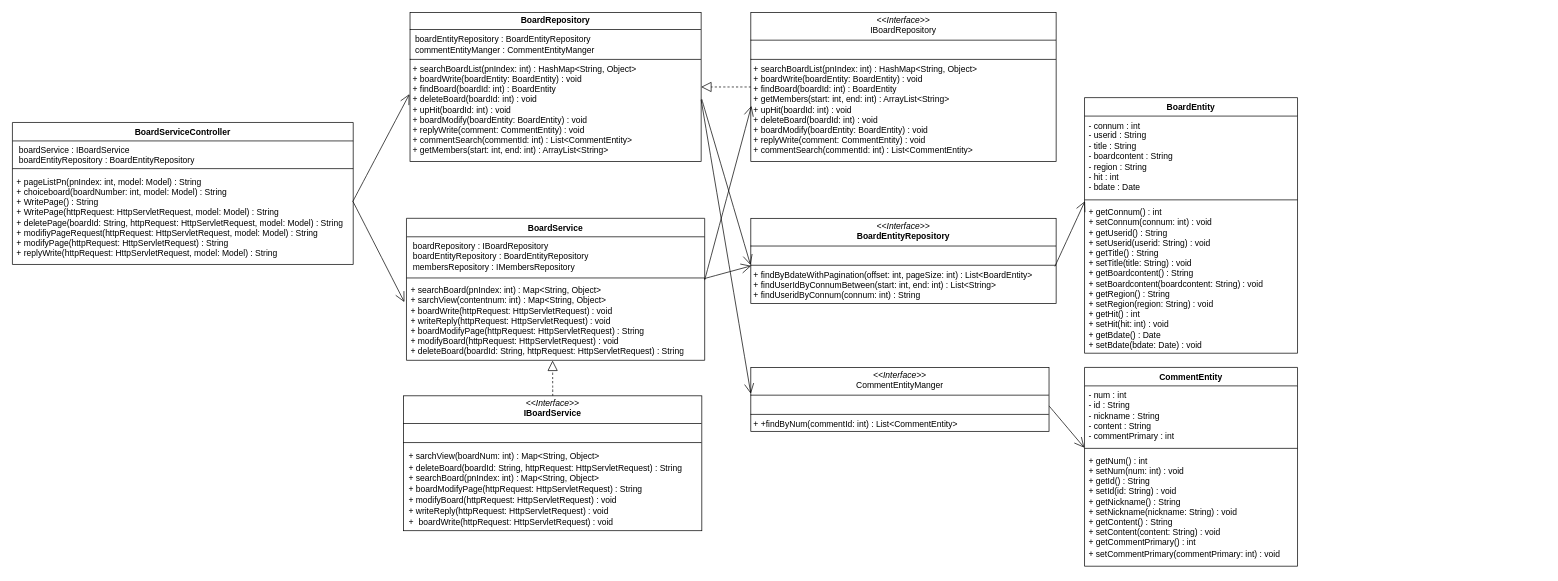
Earlier version of the draw.io diagram Diagram/ClassDiagram/BoardClassDiagram/BoardClassDiagram.drawio (bumjinDev/wherehouse_SpringBoot). Source tidied: cells renumbered, new cells numbered last; positions are measured from the earlier drawing's top-left corner, leaving out a move shared by most shapes. Both pictures are drawn from the tidied source at 71%, with x=0, y=0 at pixel (12, 12).
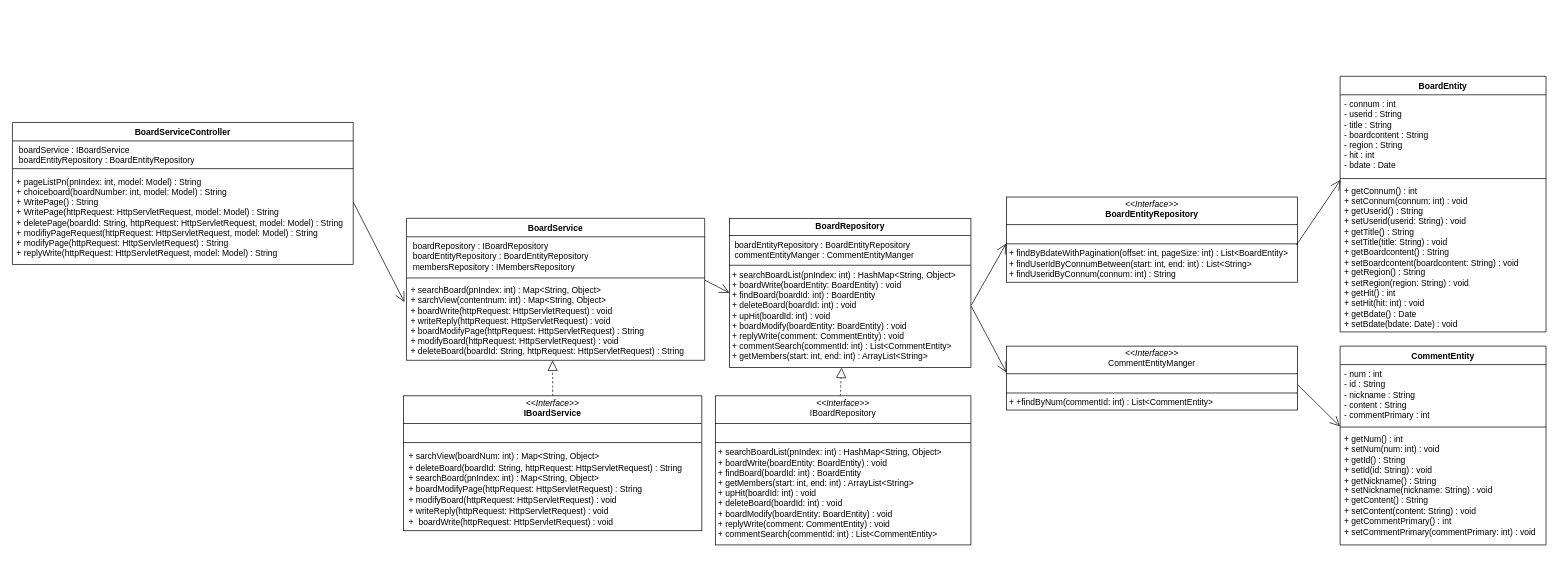
The same diagram, later.

Unchanged cells that the change refers to:
```xml
<mxCell id="5" value="+ pageListPn(pnIndex: int, model: Model) : String&lt;div&gt;&lt;div&gt;+ choiceboard(boardNumber: int, model: Model) : String&lt;/div&gt;&lt;div&gt;&lt;span style=&quot;background-color: initial;&quot;&gt;+ WritePage() : String&lt;/span&gt;&lt;/div&gt;&lt;div&gt;&lt;span style=&quot;background-color: initial;&quot;&gt;+ WritePage(httpRequest: HttpServletRequest, model: Model) : String&lt;/span&gt;&lt;/div&gt;&lt;div&gt;&lt;span style=&quot;background-color: initial;&quot;&gt;+ deletePage(boardId: String, httpRequest: HttpServletRequest, model: Model) : String&lt;/span&gt;&lt;/div&gt;&lt;div&gt;&lt;span style=&quot;background-color: initial;&quot;&gt;+ modifiyPageRequest(httpRequest: HttpServletRequest, model: Model) : String&lt;/span&gt;&lt;/div&gt;&lt;div&gt;&lt;span style=&quot;background-color: initial;&quot;&gt;+ modifyPage(httpRequest: HttpServletRequest) : String&lt;/span&gt;&lt;/div&gt;&lt;div&gt;&lt;span style=&quot;background-color: initial;&quot;&gt;+ replyWrite(httpRequest: HttpServletRequest, model: Model) : String&lt;/span&gt;&lt;/div&gt;&lt;/div&gt;" style="text;strokeColor=none;fillColor=none;align=left;verticalAlign=top;spacingLeft=4;spacingRight=4;overflow=hidden;points=[[0,0.5],[1,0.5]];portConstraint=eastwest;whiteSpace=wrap;html=1;spacingBottom=5;" parent="2" vertex="1">
  <mxGeometry y="70" width="480" height="130" as="geometry" />
</mxCell>
<mxCell id="21" value="&lt;div&gt;+ searchBoard(pnIndex: int) : Map&amp;lt;String, Object&amp;gt;&lt;/div&gt;&lt;div&gt;+ sarchView(contentnum: int) : Map&amp;lt;String, Object&amp;gt;&lt;/div&gt;&lt;div&gt;+ boardWrite(httpRequest: HttpServletRequest) : void&lt;/div&gt;&lt;div&gt;+ writeReply(httpRequest: HttpServletRequest) : void&lt;/div&gt;&lt;div&gt;+ boardModifyPage(httpRequest: HttpServletRequest) : String&lt;/div&gt;&lt;div&gt;+ modifyBoard(httpRequest: HttpServletRequest) : void&lt;/div&gt;&lt;div&gt;+ deleteBoard(boardId: String, httpRequest: HttpServletRequest) : String&lt;/div&gt;" style="text;strokeColor=none;fillColor=none;align=left;verticalAlign=top;spacingLeft=4;spacingRight=4;overflow=hidden;points=[[0,0.5],[1,0.5]];portConstraint=eastwest;whiteSpace=wrap;html=1;" parent="18" vertex="1">
  <mxGeometry y="88" width="420" height="112" as="geometry" />
</mxCell>
```

Diff of the diagram source:
```diff
@@
     <mxCell id="6" value="&lt;p style=&quot;margin:0px;margin-top:4px;text-align:center;&quot;&gt;&lt;i&gt;&amp;lt;&amp;lt;Interface&amp;gt;&amp;gt;&lt;/i&gt;&lt;br&gt;&lt;b&gt;BoardEntityRepository&lt;/b&gt;&lt;/p&gt;&lt;hr size=&quot;1&quot; style=&quot;border-style:solid;&quot;&gt;&lt;p style=&quot;margin:0px;margin-left:4px;&quot;&gt;&lt;br&gt;&lt;/p&gt;&lt;hr size=&quot;1&quot; style=&quot;border-style:solid;&quot;&gt;&lt;p style=&quot;margin:0px;margin-left:4px;&quot;&gt;&lt;font face=&quot;Helvetica&quot;&gt;+ findByBdateWithPagination(offset: int, pageSize: int) : List&amp;lt;BoardEntity&amp;gt;&lt;/font&gt;&lt;/p&gt;&lt;p style=&quot;margin:0px;margin-left:4px;&quot;&gt;&lt;font face=&quot;Helvetica&quot;&gt;+ findUserIdByConnumBetween(start: int, end: int) : List&amp;lt;String&amp;gt;&lt;/font&gt;&lt;/p&gt;&lt;p style=&quot;margin:0px;margin-left:4px;&quot;&gt;&lt;font face=&quot;Helvetica&quot;&gt;+ findUseridByConnum(connum: int) : String&lt;/font&gt;&lt;/p&gt;" style="verticalAlign=top;align=left;overflow=fill;html=1;whiteSpace=wrap;" parent="1" vertex="1">
-      <mxGeometry x="1040" y="290" width="430" height="120" as="geometry" />
+      <mxGeometry x="1400" y="260" width="410" height="120" as="geometry" />
     </mxCell>
     <mxCell id="7" value="&lt;p style=&quot;margin:0px;margin-top:4px;text-align:center;&quot;&gt;&lt;b&gt;BoardRepository&lt;/b&gt;&lt;/p&gt;&lt;hr size=&quot;1&quot; style=&quot;border-style:solid;&quot;&gt;&lt;p style=&quot;margin:0px;margin-left:4px;&quot;&gt;&amp;nbsp;boardEntityRepository : BoardEntityRepository&lt;br&gt;&amp;nbsp;commentEntityManger : CommentEntityManger&lt;/p&gt;&lt;hr size=&quot;1&quot; style=&quot;border-style:solid;&quot;&gt;&lt;p style=&quot;margin:0px;margin-left:4px;&quot;&gt;+ searchBoardList(pnIndex: int) : HashMap&amp;lt;String, Object&amp;gt;&lt;br&gt;+ boardWrite(boardEntity: BoardEntity) : void&lt;br&gt;+ findBoard(boardId: int) : BoardEntity&lt;br&gt;+ deleteBoard(boardId: int) : void&lt;br&gt;+ upHit(boardId: int) : void&lt;br&gt;+ boardModify(boardEntity: BoardEntity) : void&lt;br&gt;+ replyWrite(comment: CommentEntity) : void&lt;br&gt;+ commentSearch(commentId: int) : List&amp;lt;CommentEntity&amp;gt;&lt;br&gt;+ getMembers(start: int, end: int) : ArrayList&amp;lt;String&amp;gt;&lt;/p&gt;" style="verticalAlign=top;align=left;overflow=fill;html=1;whiteSpace=wrap;" parent="1" vertex="1">
-      <mxGeometry x="560" width="410" height="210" as="geometry" />
+      <mxGeometry x="1010" y="290" width="340" height="210" as="geometry" />
     </mxCell>
     <mxCell id="8" value="&lt;p style=&quot;margin:0px;margin-top:4px;text-align:center;&quot;&gt;&lt;i&gt;&amp;lt;&amp;lt;Interface&amp;gt;&amp;gt;&lt;/i&gt;&lt;br&gt;CommentEntityManger&lt;/p&gt;&lt;hr size=&quot;1&quot; style=&quot;border-style:solid;&quot;&gt;&lt;p style=&quot;margin:0px;margin-left:4px;&quot;&gt;&lt;br&gt;&lt;/p&gt;&lt;hr size=&quot;1&quot; style=&quot;border-style:solid;&quot;&gt;&lt;p style=&quot;margin:0px;margin-left:4px;&quot;&gt;&lt;font face=&quot;Helvetica&quot;&gt;+&amp;nbsp;&lt;/font&gt;&lt;span style=&quot;background-color: initial;&quot;&gt;+findByNum(commentId: int) : List&amp;lt;CommentEntity&amp;gt;&lt;/span&gt;&lt;/p&gt;" style="verticalAlign=top;align=left;overflow=fill;html=1;whiteSpace=wrap;" parent="1" vertex="1">
-      <mxGeometry x="1040" y="500" width="420" height="90" as="geometry" />
+      <mxGeometry x="1400" y="470" width="410" height="90" as="geometry" />
     </mxCell>
     <mxCell id="9" value="&lt;p style=&quot;margin:0px;margin-top:4px;text-align:center;&quot;&gt;&lt;i&gt;&amp;lt;&amp;lt;Interface&amp;gt;&amp;gt;&lt;/i&gt;&lt;br&gt;IBoardRepository&lt;/p&gt;&lt;hr size=&quot;1&quot; style=&quot;border-style:solid;&quot;&gt;&lt;p style=&quot;margin:0px;margin-left:4px;&quot;&gt;&lt;br&gt;&lt;/p&gt;&lt;hr size=&quot;1&quot; style=&quot;border-style:solid;&quot;&gt;&lt;p style=&quot;margin:0px;margin-left:4px;&quot;&gt;+ searchBoardList(pnIndex: int) : HashMap&amp;lt;String, Object&amp;gt;&lt;br&gt;+ boardWrite(boardEntity: BoardEntity) : void&lt;br&gt;+ findBoard(boardId: int) : BoardEntity&lt;br&gt;+ getMembers(start: int, end: int) : ArrayList&amp;lt;String&amp;gt;&lt;br&gt;+ upHit(boardId: int) : void&lt;br&gt;+ deleteBoard(boardId: int) : void&lt;br&gt;+ boardModify(boardEntity: BoardEntity) : void&lt;br&gt;+ replyWrite(comment: CommentEntity) : void&lt;br&gt;+ commentSearch(commentId: int) : List&amp;lt;CommentEntity&amp;gt;&lt;/p&gt;" style="verticalAlign=top;align=left;overflow=fill;html=1;whiteSpace=wrap;" parent="1" vertex="1">
-      <mxGeometry x="1040" width="430" height="210" as="geometry" />
+      <mxGeometry x="990" y="540" width="360" height="210" as="geometry" />
     </mxCell>
     <mxCell id="10" value="BoardEntity" style="swimlane;fontStyle=1;align=center;verticalAlign=top;horizontal=1;startSize=26;whiteSpace=wrap;html=1;" parent="1" vertex="1">
-      <mxGeometry x="1510" y="120" width="300" height="360" as="geometry" />
+      <mxGeometry x="1870" y="90" width="290" height="360" as="geometry" />
     </mxCell>
     <mxCell id="11" value="- connum : int&lt;br&gt;- userid : String&lt;br&gt;- title : String&lt;br&gt;- boardcontent : String&lt;br&gt;- region : String&lt;br&gt;- hit : int&lt;br&gt;- bdate : Date" style="text;strokeColor=none;fillColor=none;align=left;verticalAlign=top;spacingLeft=4;spacingRight=4;overflow=hidden;whiteSpace=wrap;html=1;" parent="10" vertex="1">
-      <mxGeometry y="26" width="300" height="114" as="geometry" />
+      <mxGeometry y="26" width="290" height="114" as="geometry" />
     </mxCell>
     <mxCell id="12" style="line;strokeWidth=1;fillColor=none;align=left;verticalAlign=middle;spacingTop=-1;spacingLeft=3;spacingRight=3;labelPosition=right;strokeColor=inherit;" parent="10" vertex="1">
-      <mxGeometry y="140" width="300" height="8" as="geometry" />
+      <mxGeometry y="140" width="290" height="8" as="geometry" />
     </mxCell>
     <mxCell id="13" value="+ getConnum() : int&lt;br&gt;+ setConnum(connum: int) : void&lt;br&gt;+ getUserid() : String&lt;br&gt;+ setUserid(userid: String) : void&lt;br&gt;+ getTitle() : String&lt;br&gt;+ setTitle(title: String) : void&lt;br&gt;+ getBoardcontent() : String&lt;br&gt;+ setBoardcontent(boardcontent: String) : void&lt;br&gt;+ getRegion() : String&lt;br&gt;+ setRegion(region: String) : void&lt;br&gt;+ getHit() : int&lt;br&gt;+ setHit(hit: int) : void&lt;br&gt;+ getBdate() : Date&lt;br&gt;+ setBdate(bdate: Date) : void" style="text;strokeColor=none;fillColor=none;align=left;verticalAlign=top;spacingLeft=4;spacingRight=4;overflow=hidden;points=[[0,0.5],[1,0.5]];portConstraint=eastwest;whiteSpace=wrap;html=1;" parent="10" vertex="1">
-      <mxGeometry y="148" width="300" height="212" as="geometry" />
+      <mxGeometry y="148" width="290" height="212" as="geometry" />
     </mxCell>
     <mxCell id="14" value="CommentEntity" style="swimlane;fontStyle=1;align=center;verticalAlign=top;horizontal=1;startSize=26;whiteSpace=wrap;html=1;fontFamily=Helvetica;" parent="1" vertex="1">
-      <mxGeometry x="1510" y="500" width="300" height="280" as="geometry" />
+      <mxGeometry x="1870" y="470" width="290" height="280" as="geometry" />
     </mxCell>
     <mxCell id="15" value="&lt;code style=&quot;font-family: Helvetica;&quot;&gt;- num : int&lt;/code&gt;&lt;br&gt;&lt;code style=&quot;font-family: Helvetica;&quot;&gt;- id : String&lt;/code&gt;&lt;br&gt;&lt;code style=&quot;font-family: Helvetica;&quot;&gt;- nickname : String&lt;/code&gt;&lt;br&gt;&lt;code style=&quot;font-family: Helvetica;&quot;&gt;- content : String&lt;/code&gt;&lt;br&gt;&lt;code style=&quot;&quot;&gt;&lt;font face=&quot;Helvetica&quot;&gt;- commentPrimary : int&lt;/font&gt;&lt;/code&gt;" style="text;strokeColor=none;fillColor=none;align=left;verticalAlign=top;spacingLeft=4;spacingRight=4;overflow=hidden;points=[[0,0.5],[1,0.5]];portConstraint=eastwest;whiteSpace=wrap;html=1;fontFamily=Helvetica;" parent="14" vertex="1">
-      <mxGeometry y="26" width="300" height="84" as="geometry" />
+      <mxGeometry y="26" width="290" height="84" as="geometry" />
     </mxCell>
     <mxCell id="16" style="line;strokeWidth=1;fillColor=none;align=left;verticalAlign=middle;spacingTop=-1;spacingLeft=3;spacingRight=3;labelPosition=right;strokeColor=inherit;" parent="14" vertex="1">
-      <mxGeometry y="110" width="300" height="8" as="geometry" />
+      <mxGeometry y="110" width="290" height="8" as="geometry" />
     </mxCell>
     <mxCell id="17" value="&lt;code style=&quot;font-family: Helvetica;&quot;&gt;+ getNum() : int&lt;/code&gt;&lt;br&gt;&lt;code style=&quot;font-family: Helvetica;&quot;&gt;+ setNum(num: int) : void&lt;/code&gt;&lt;br&gt;&lt;code style=&quot;font-family: Helvetica;&quot;&gt;+ getId() : String&lt;/code&gt;&lt;br&gt;&lt;code style=&quot;font-family: Helvetica;&quot;&gt;+ setId(id: String) : void&lt;/code&gt;&lt;br&gt;&lt;code style=&quot;font-family: Helvetica;&quot;&gt;+ getNickname() : String&lt;/code&gt;&lt;br&gt;&lt;code style=&quot;font-family: Helvetica;&quot;&gt;+ setNickname(nickname: String) : void&lt;/code&gt;&lt;br&gt;&lt;code style=&quot;font-family: Helvetica;&quot;&gt;+ getContent() : String&lt;/code&gt;&lt;br&gt;&lt;code style=&quot;font-family: Helvetica;&quot;&gt;+ setContent(content: String) : void&lt;/code&gt;&lt;br&gt;&lt;code style=&quot;&quot;&gt;&lt;font face=&quot;Helvetica&quot;&gt;+ getCommentPrimary() : int&lt;/font&gt;&lt;/code&gt;&lt;br&gt;&lt;code style=&quot;font-family: Helvetica;&quot;&gt;&lt;font face=&quot;Helvetica&quot;&gt;+ setCommentPrimary(commentPrimary: int) : void&lt;/font&gt;&lt;/code&gt;" style="text;strokeColor=none;fillColor=none;align=left;verticalAlign=top;spacingLeft=4;spacingRight=4;overflow=hidden;whiteSpace=wrap;html=1;" parent="14" vertex="1">
-      <mxGeometry y="118" width="300" height="162" as="geometry" />
+      <mxGeometry y="118" width="290" height="162" as="geometry" />
     </mxCell>
@@
-    <mxCell id="25" style="endArrow=block;dashed=1;endFill=0;endSize=12;html=1;rounded=0;fontSize=12;curved=1;exitX=0;exitY=0.5;exitDx=0;exitDy=0;entryX=1;entryY=0.5;entryDx=0;entryDy=0;" parent="1" edge="1" source="9" target="7">
+    <mxCell id="25" style="endArrow=block;dashed=1;endFill=0;endSize=12;html=1;rounded=0;fontSize=12;curved=1;entryX=0.464;entryY=1.002;entryDx=0;entryDy=0;entryPerimeter=0;exitX=0.489;exitY=0;exitDx=0;exitDy=0;exitPerimeter=0;" parent="1" edge="1" source="9" target="7">
       <mxGeometry relative="1" as="geometry" />
     </mxCell>
-    <mxCell id="26" style="endArrow=open;endSize=12;html=1;rounded=0;fontSize=12;curved=1;entryX=-0.002;entryY=0.548;entryDx=0;entryDy=0;entryPerimeter=0;exitX=0.998;exitY=0.323;exitDx=0;exitDy=0;exitPerimeter=0;" parent="1" edge="1" source="5" target="7">
-      <mxGeometry relative="1" as="geometry" />
-    </mxCell>
-    <mxCell id="27" style="endArrow=open;endSize=12;html=1;rounded=0;fontSize=12;curved=1;exitX=0.998;exitY=-0.027;exitDx=0;exitDy=0;exitPerimeter=0;entryX=0.001;entryY=0.558;entryDx=0;entryDy=0;entryPerimeter=0;" parent="1" edge="1" source="21" target="6">
-      <mxGeometry relative="1" as="geometry" />
-    </mxCell>
-    <mxCell id="28" style="endArrow=open;endSize=12;html=1;rounded=0;fontSize=12;curved=1;entryX=0.002;entryY=0.627;entryDx=0;entryDy=0;entryPerimeter=0;exitX=1;exitY=-0.009;exitDx=0;exitDy=0;exitPerimeter=0;" parent="1" edge="1" source="21" target="9">
+    <mxCell id="28" style="endArrow=open;endSize=12;html=1;rounded=0;fontSize=12;curved=1;entryX=0;entryY=0.5;entryDx=0;entryDy=0;exitX=1;exitY=-0.009;exitDx=0;exitDy=0;exitPerimeter=0;" parent="1" edge="1" source="21" target="7">
       <mxGeometry relative="1" as="geometry" />
     </mxCell>
```
